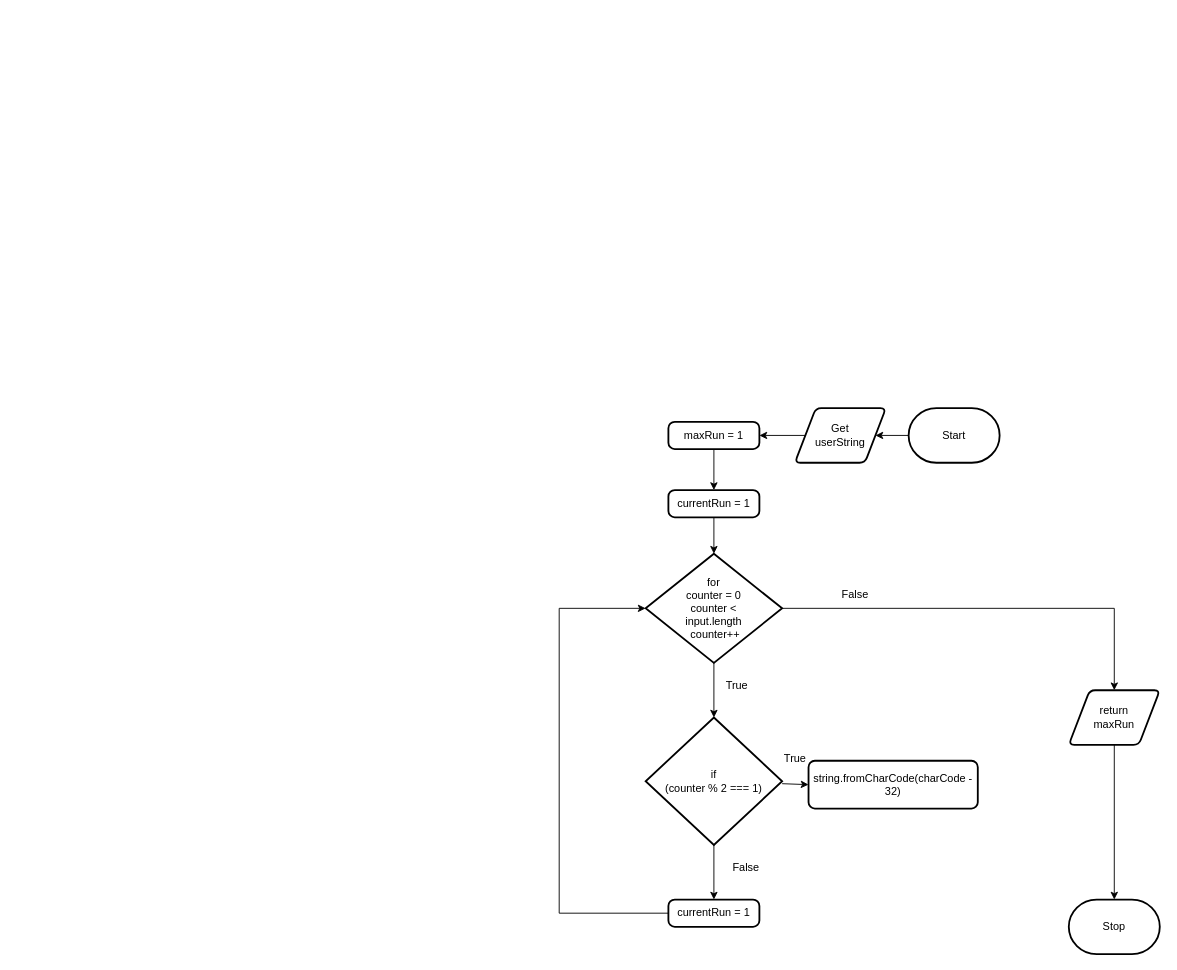
Troy-Appleby/ICS4U-Assignment-2-Typescript keeps this draw.io diagram as flowchart.drawio. Above is the earlier version. Source tidied: cells renumbered, new cells numbered last; positions are measured from the earlier drawing's top-left corner, leaving out a move shared by most shapes. Both pictures are drawn from the tidied source at 91%, with x=0, y=0 at pixel (559, 408).
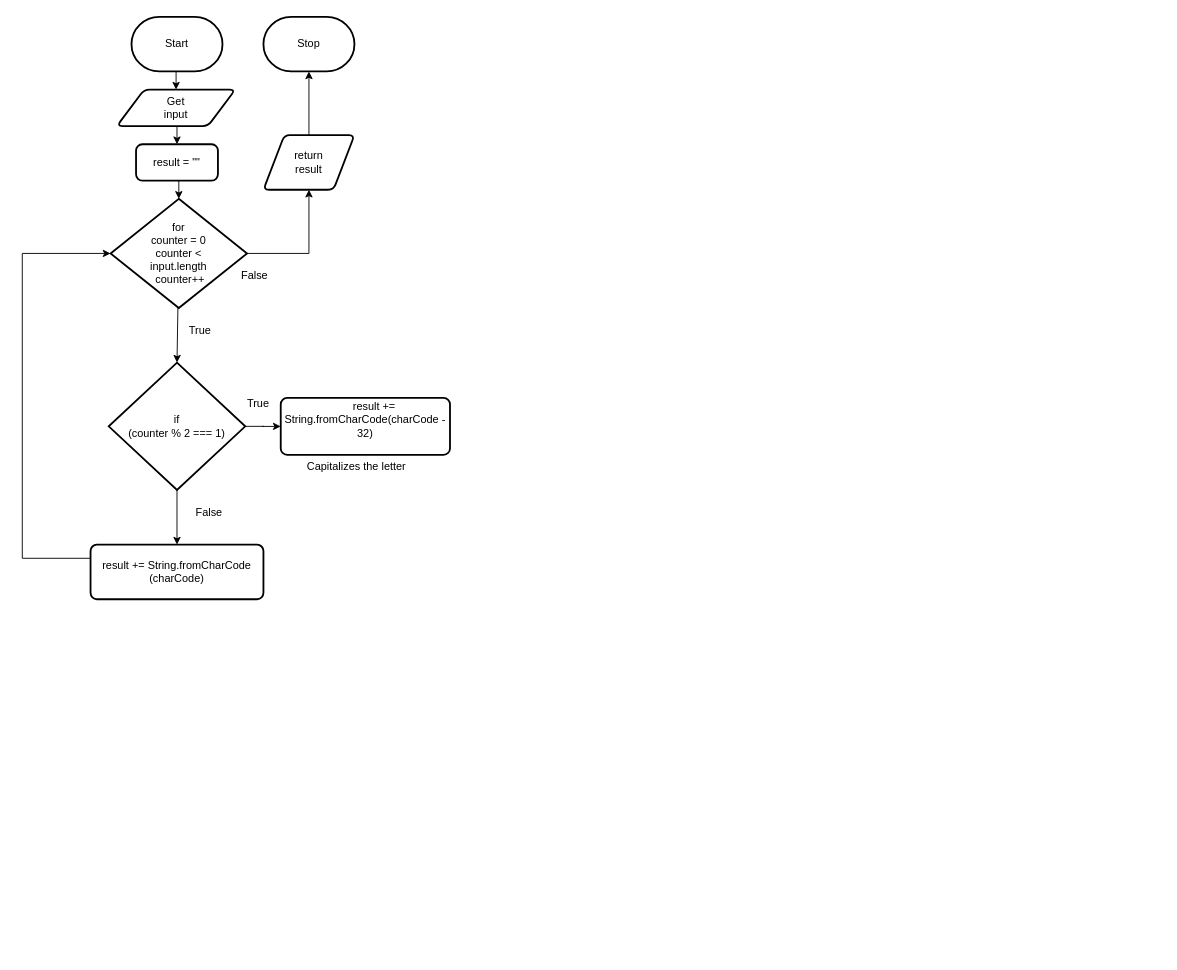
The same page after the edit.

Diff of the diagram source:
```diff
@@
-    <mxCell id="3" style="edgeStyle=orthogonalEdgeStyle;rounded=0;html=1;entryX=1;entryY=0.5;entryDx=0;entryDy=0;" parent="1" edge="1" source="4" target="22">
-      <mxGeometry relative="1" as="geometry" />
-    </mxCell>
+    <mxCell id="27" style="edgeStyle=orthogonalEdgeStyle;html=1;rounded=0;entryX=0.5;entryY=0;entryDx=0;entryDy=0;" parent="1" edge="1">
+      <mxGeometry relative="1" as="geometry">
+        <mxPoint x="-201" y="290.1" as="sourcePoint" />
+      </mxGeometry>
+    </mxCell>
+    <mxCell id="28" style="edgeStyle=orthogonalEdgeStyle;rounded=0;jettySize=auto;html=1;exitX=0.5;exitY=1;exitDx=0;exitDy=0;exitPerimeter=0;entryX=0.5;entryY=0;entryDx=0;entryDy=0;" parent="1" edge="1" source="4" target="37">
+      <mxGeometry relative="1" as="geometry" />
+    </mxCell>
     <mxCell id="4" value="Start" style="strokeWidth=2;html=1;shape=mxgraph.flowchart.terminator;whiteSpace=wrap;" parent="1" vertex="1">
-      <mxGeometry x="384" width="100" height="60" as="geometry" />
+      <mxGeometry x="-470" y="-430" width="100" height="60" as="geometry" />
     </mxCell>
     <mxCell id="5" value="Stop" style="strokeWidth=2;html=1;shape=mxgraph.flowchart.terminator;whiteSpace=wrap;" parent="1" vertex="1">
-      <mxGeometry x="560" y="540" width="100" height="60" as="geometry" />
+      <mxGeometry x="-325" y="-430" width="100" height="60" as="geometry" />
     </mxCell>
@@
-    <mxCell id="7" style="edgeStyle=orthogonalEdgeStyle;rounded=0;html=1;entryX=0.5;entryY=0;entryDx=0;entryDy=0;" parent="1" edge="1" source="8" target="20">
-      <mxGeometry relative="1" as="geometry" />
-    </mxCell>
+    <mxCell id="29" style="edgeStyle=orthogonalEdgeStyle;rounded=0;jettySize=auto;html=1;entryX=0.5;entryY=1;entryDx=0;entryDy=0;" parent="1" edge="1" source="8" target="35">
+      <mxGeometry relative="1" as="geometry" />
+    </mxCell>
     <mxCell id="8" value="for&lt;br&gt;counter = 0&lt;br&gt;counter &amp;lt; &lt;br&gt;input.length&lt;br&gt;&amp;nbsp;counter++" style="strokeWidth=2;html=1;shape=mxgraph.flowchart.decision;whiteSpace=wrap;" parent="1" vertex="1">
-      <mxGeometry x="95" y="160" width="150" height="120" as="geometry" />
+      <mxGeometry x="-493" y="-230" width="150" height="120" as="geometry" />
     </mxCell>
-    <mxCell id="9" style="edgeStyle=none;html=1;" parent="1" edge="1" source="10" target="12">
-      <mxGeometry relative="1" as="geometry" />
-    </mxCell>
-    <mxCell id="10" value="maxRun = 1" style="rounded=1;whiteSpace=wrap;html=1;absoluteArcSize=1;arcSize=14;strokeWidth=2;" parent="1" vertex="1">
-      <mxGeometry x="120" y="15" width="100" height="30" as="geometry" />
-    </mxCell>
-    <mxCell id="11" style="edgeStyle=none;html=1;entryX=0.5;entryY=0;entryDx=0;entryDy=0;entryPerimeter=0;" parent="1" edge="1" source="12" target="8">
-      <mxGeometry relative="1" as="geometry" />
-    </mxCell>
-    <mxCell id="12" value="currentRun = 1" style="rounded=1;whiteSpace=wrap;html=1;absoluteArcSize=1;arcSize=14;strokeWidth=2;" parent="1" vertex="1">
-      <mxGeometry x="120" y="90" width="100" height="30" as="geometry" />
-    </mxCell>
-    <mxCell id="13" style="edgeStyle=none;html=1;entryX=0;entryY=0.5;entryDx=0;entryDy=0;" parent="1" edge="1" source="15" target="18">
-      <mxGeometry relative="1" as="geometry" />
-    </mxCell>
-    <mxCell id="14" style="edgeStyle=orthogonalEdgeStyle;rounded=0;html=1;entryX=0.5;entryY=0;entryDx=0;entryDy=0;fontSize=24;" parent="1" edge="1" source="15" target="26">
-      <mxGeometry relative="1" as="geometry" />
-    </mxCell>
+    <mxCell id="30" style="edgeStyle=orthogonalEdgeStyle;rounded=0;html=1;entryX=0.5;entryY=0;entryDx=0;entryDy=0;fontSize=24;" parent="1" edge="1" source="15" target="41">
+      <mxGeometry relative="1" as="geometry" />
+    </mxCell>
+    <mxCell id="31" style="edgeStyle=orthogonalEdgeStyle;rounded=0;jettySize=auto;html=1;entryX=0;entryY=0.5;entryDx=0;entryDy=0;" parent="1" edge="1" source="15" target="34">
+      <mxGeometry relative="1" as="geometry" />
+    </mxCell>
     <mxCell id="15" value="if&lt;br&gt;(counter % 2 === 1)" style="strokeWidth=2;html=1;shape=mxgraph.flowchart.decision;whiteSpace=wrap;" parent="1" vertex="1">
-      <mxGeometry x="95" y="340" width="150" height="140" as="geometry" />
+      <mxGeometry x="-495" y="-50" width="150" height="140" as="geometry" />
     </mxCell>
-    <mxCell id="16" value="True" style="text;html=1;align=center;verticalAlign=middle;strokeColor=none;fillColor=none;" parent="1" vertex="1">
-      <mxGeometry x="170" y="290" width="50" height="30" as="geometry" />
-    </mxCell>
-    <mxCell id="17" value="False" style="text;html=1;align=center;verticalAlign=middle;strokeColor=none;fillColor=none;" parent="1" vertex="1">
-      <mxGeometry x="300" y="190" width="50" height="30" as="geometry" />
-    </mxCell>
-    <mxCell id="18" value="string.fromCharCode(charCode - 32)" style="rounded=1;whiteSpace=wrap;html=1;absoluteArcSize=1;arcSize=14;strokeWidth=2;" parent="1" vertex="1">
-      <mxGeometry x="274" y="387.5" width="186" height="52.5" as="geometry" />
-    </mxCell>
-    <mxCell id="19" style="edgeStyle=orthogonalEdgeStyle;rounded=0;html=1;entryX=0.5;entryY=0;entryDx=0;entryDy=0;entryPerimeter=0;" parent="1" edge="1" source="20" target="5">
-      <mxGeometry relative="1" as="geometry" />
-    </mxCell>
-    <mxCell id="20" value="return&lt;br&gt;maxRun" style="shape=parallelogram;html=1;strokeWidth=2;perimeter=parallelogramPerimeter;whiteSpace=wrap;rounded=1;arcSize=12;size=0.23;" parent="1" vertex="1">
-      <mxGeometry x="560" y="310" width="100" height="60" as="geometry" />
-    </mxCell>
-    <mxCell id="21" style="edgeStyle=orthogonalEdgeStyle;rounded=0;html=1;entryX=1;entryY=0.5;entryDx=0;entryDy=0;" parent="1" edge="1" source="22" target="10">
-      <mxGeometry relative="1" as="geometry" />
-    </mxCell>
-    <mxCell id="22" value="Get&lt;br&gt;userString" style="shape=parallelogram;html=1;strokeWidth=2;perimeter=parallelogramPerimeter;whiteSpace=wrap;rounded=1;arcSize=12;size=0.23;" parent="1" vertex="1">
-      <mxGeometry x="259" width="100" height="60" as="geometry" />
-    </mxCell>
-    <mxCell id="23" value="True" style="text;html=1;align=center;verticalAlign=middle;strokeColor=none;fillColor=none;" parent="1" vertex="1">
-      <mxGeometry x="234" y="370" width="50" height="30" as="geometry" />
-    </mxCell>
-    <mxCell id="24" value="False" style="text;html=1;align=center;verticalAlign=middle;strokeColor=none;fillColor=none;" parent="1" vertex="1">
-      <mxGeometry x="180" y="490" width="50" height="30" as="geometry" />
-    </mxCell>
-    <mxCell id="25" style="edgeStyle=orthogonalEdgeStyle;rounded=0;html=1;entryX=0;entryY=0.5;entryDx=0;entryDy=0;entryPerimeter=0;fontSize=24;" parent="1" edge="1" source="26" target="8">
-      <mxGeometry relative="1" as="geometry">
-        <Array as="points">
-          <mxPoint y="555" />
-          <mxPoint y="220" />
-        </Array>
-      </mxGeometry>
-    </mxCell>
-    <mxCell id="26" value="&lt;div&gt;currentRun = 1&lt;/div&gt;" style="rounded=1;whiteSpace=wrap;html=1;absoluteArcSize=1;arcSize=14;strokeWidth=2;" parent="1" vertex="1">
-      <mxGeometry x="120" y="540" width="100" height="30" as="geometry" />
-    </mxCell>
+    <mxCell id="32" value="True" style="text;html=1;align=center;verticalAlign=middle;strokeColor=none;fillColor=none;" parent="1" vertex="1">
+      <mxGeometry x="-420" y="-100" width="50" height="30" as="geometry" />
+    </mxCell>
+    <mxCell id="33" value="False" style="text;html=1;align=center;verticalAlign=middle;strokeColor=none;fillColor=none;" parent="1" vertex="1">
+      <mxGeometry x="-360" y="-160" width="50" height="30" as="geometry" />
+    </mxCell>
+    <mxCell id="34" value="&lt;div&gt;&amp;nbsp; &amp;nbsp; &amp;nbsp; result += String.fromCharCode(charCode - 32)&lt;/div&gt;&lt;div&gt;&lt;br&gt;&lt;/div&gt;" style="rounded=1;whiteSpace=wrap;html=1;absoluteArcSize=1;arcSize=14;strokeWidth=2;" parent="1" vertex="1">
+      <mxGeometry x="-306" y="-11.2" width="186" height="62.5" as="geometry" />
+    </mxCell>
+    <mxCell id="35" value="return&lt;br&gt;result" style="shape=parallelogram;html=1;strokeWidth=2;perimeter=parallelogramPerimeter;whiteSpace=wrap;rounded=1;arcSize=12;size=0.23;" parent="1" vertex="1">
+      <mxGeometry x="-325" y="-300" width="100" height="60" as="geometry" />
+    </mxCell>
+    <mxCell id="36" style="edgeStyle=orthogonalEdgeStyle;rounded=0;jettySize=auto;html=1;exitX=0.5;exitY=1;exitDx=0;exitDy=0;entryX=0.5;entryY=0;entryDx=0;entryDy=0;" parent="1" edge="1" source="37" target="42">
+      <mxGeometry relative="1" as="geometry" />
+    </mxCell>
+    <mxCell id="37" value="Get&lt;br&gt;input" style="shape=parallelogram;html=1;strokeWidth=2;perimeter=parallelogramPerimeter;whiteSpace=wrap;rounded=1;arcSize=12;size=0.23;" parent="1" vertex="1">
+      <mxGeometry x="-486" y="-350" width="130" height="40" as="geometry" />
+    </mxCell>
+    <mxCell id="38" value="True" style="text;html=1;align=center;verticalAlign=middle;strokeColor=none;fillColor=none;" parent="1" vertex="1">
+      <mxGeometry x="-356" y="-20" width="50" height="30" as="geometry" />
+    </mxCell>
+    <mxCell id="39" value="False" style="text;html=1;align=center;verticalAlign=middle;strokeColor=none;fillColor=none;" parent="1" vertex="1">
+      <mxGeometry x="-410" y="100" width="50" height="30" as="geometry" />
+    </mxCell>
+    <mxCell id="40" style="edgeStyle=orthogonalEdgeStyle;rounded=0;html=1;entryX=0;entryY=0.5;entryDx=0;entryDy=0;entryPerimeter=0;fontSize=24;" parent="1" edge="1" source="41" target="8">
+      <mxGeometry relative="1" as="geometry">
+        <Array as="points">
+          <mxPoint x="-590" y="165" />
+          <mxPoint x="-590" y="-170" />
+        </Array>
+      </mxGeometry>
+    </mxCell>
+    <mxCell id="41" value="&lt;div&gt;result += String.fromCharCode&lt;/div&gt;&lt;div&gt;(charCode)&lt;/div&gt;" style="rounded=1;whiteSpace=wrap;html=1;absoluteArcSize=1;arcSize=14;strokeWidth=2;" parent="1" vertex="1">
+      <mxGeometry x="-515" y="150" width="190" height="60" as="geometry" />
+    </mxCell>
+    <mxCell id="42" value="result = &quot;&quot;" style="rounded=1;whiteSpace=wrap;html=1;absoluteArcSize=1;arcSize=14;strokeWidth=2;" parent="1" vertex="1">
+      <mxGeometry x="-465" y="-290" width="90" height="40" as="geometry" />
+    </mxCell>
+    <mxCell id="43" style="edgeStyle=orthogonalEdgeStyle;rounded=0;jettySize=auto;html=1;exitX=0.5;exitY=1;exitDx=0;exitDy=0;entryX=0.5;entryY=0;entryDx=0;entryDy=0;entryPerimeter=0;" parent="1" edge="1" source="42" target="8">
+      <mxGeometry relative="1" as="geometry" />
+    </mxCell>
+    <mxCell id="44" value="Capitalizes the letter" style="text;html=1;align=center;verticalAlign=middle;strokeColor=none;fillColor=none;" parent="1" vertex="1">
+      <mxGeometry x="-288" y="50" width="130" height="30" as="geometry" />
+    </mxCell>
+    <mxCell id="45" style="edgeStyle=orthogonalEdgeStyle;rounded=0;jettySize=auto;html=1;exitX=0.5;exitY=0;exitDx=0;exitDy=0;entryX=0.5;entryY=1;entryDx=0;entryDy=0;entryPerimeter=0;" parent="1" edge="1" source="35" target="5">
+      <mxGeometry relative="1" as="geometry" />
+    </mxCell>
```
